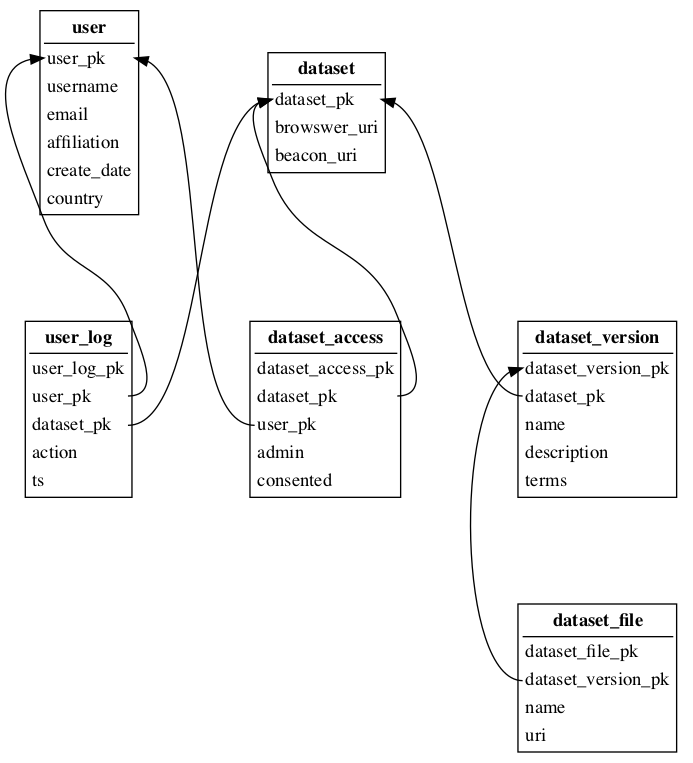
NBISweden/swefreq keeps this Graphviz diagram as schema.dot.png. Above is the earlier version. Its source is kept beside it as schema.dot. Its diagram source:
```dot
digraph {
    ranksep=1 nodesep=1 rankdir=BT
    node [ shape = none ]
    /*
    subgraph cluster0 {
        user_log_old [ label="{user_log|pk\lemail\laction\lts\l}" ]
        users_old [ label="{users|pk\lusername\lemail\ldownload_count\lswefreq_admin\laffiliation\lfull_user\lcreate_date\lcountry\lnewsletter\l}" ]
        label = "Old schema"
    }
    */
        user [ label=<<table border="1" cellborder="0" align="left">
            <tr><td border="1" sides="b"><b>user</b></td></tr>
            <tr><td align="left" port="pk">user_pk</td></tr>
            <tr><td align="left">username</td></tr>
            <tr><td align="left" port="email">email</td></tr>
            <tr><td align="left">affiliation</td></tr>
            <tr><td align="left">create_date</td></tr>
            <tr><td align="left">country</td></tr>
            </table>> ];

        dataset [ label=<<table border="1" cellborder="0">
            <tr><td border="1" sides="b"><b>dataset</b></td></tr>
            <tr><td align="left" port="pk">dataset_pk</td></tr>
            <tr><td align="left">browswer_uri</td></tr>
            <tr><td align="left">beacon_uri</td></tr>
            </table>> ];

        user_log [ label=<<table border="1" cellborder="0">
            <tr><td border="1" sides="b"><b>user_log</b></td></tr>
            <tr><td align="left" port="pk">user_log_pk</td></tr>
            <tr><td align="left" port="user_pk">user_pk</td></tr>
            <tr><td align="left" port="dataset">dataset_pk</td></tr>
            <tr><td align="left">action</td></tr>
            <tr><td align="left">ts</td></tr>
            </table>> ];

        dataset_access [ label=<<table border="1" cellborder="0">
            <tr><td border="1" sides="b"><b>dataset_access</b></td></tr>
            <tr><td align="left" port="pk">dataset_access_pk</td></tr>
            <tr><td align="left" port="dataset">dataset_pk</td></tr>
            <tr><td align="left" port="user">user_pk</td></tr>
            <tr><td align="left">admin</td></tr>
            <tr><td align="left">consented</td></tr>
            </table>> ];


        dataset_version [ label=<<table border="1" cellborder="0">
            <tr><td border="1" sides="b"><b>dataset_version</b></td></tr>
            <tr><td align="left" port="pk">dataset_version_pk</td></tr>
            <tr><td align="left" port="dataset">dataset_pk</td></tr>
            <tr><td align="left">name</td></tr>
            <tr><td align="left">description</td></tr>
            <tr><td align="left">terms</td></tr>
            </table>> ];

        dataset_file [ label=<<table border="1" cellborder="0">
            <tr><td border="1" sides="b"><b>dataset_file</b></td></tr>
            <tr><td align="left" port="pk">dataset_file_pk</td></tr>
            <tr><td align="left" port="dv">dataset_version_pk</td></tr>
            <tr><td align="left">name</td></tr>
            <tr><td align="left">uri</td></tr>
            </table>> ];


        user_log:user_pk -> user:pk;
        dataset_access:user -> user:pk
        dataset_access:dataset -> dataset:pk
        dataset_version:dataset -> dataset:pk
        dataset_file:dv -> dataset_version:pk
        user_log:dataset -> dataset:pk

}
```
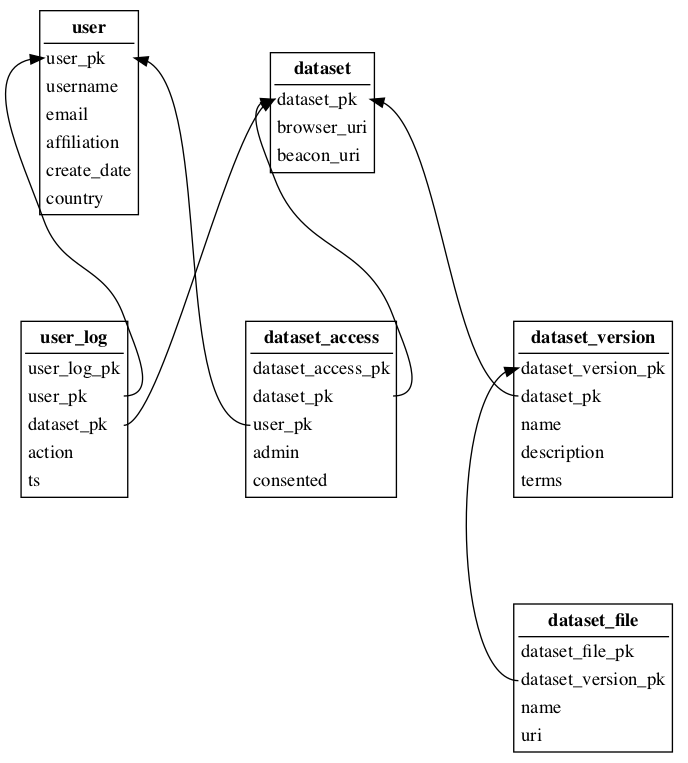
Above is the later version.

Commit message:
Correct spelling of browser

What changed in the source:
```diff
@@ -21,7 +21,7 @@
         dataset [ label=<<table border="1" cellborder="0">
             <tr><td border="1" sides="b"><b>dataset</b></td></tr>
             <tr><td align="left" port="pk">dataset_pk</td></tr>
-            <tr><td align="left">browswer_uri</td></tr>
+            <tr><td align="left">browser_uri</td></tr>
             <tr><td align="left">beacon_uri</td></tr>
             </table>> ];
 
```
